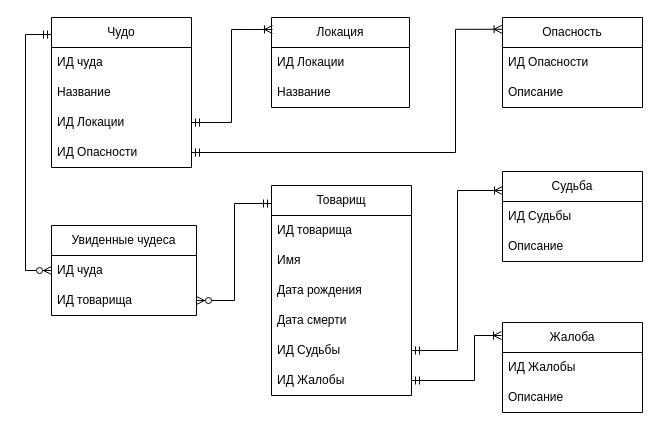
Before: 2_term_Software_engineering/Database/lab1/ER.drawio in CandyGoose/ITMO_Software_engineering, a draw.io diagram. Source tidied: cells renumbered, new cells numbered last; positions are measured from the earlier drawing's top-left corner, leaving out a move shared by most shapes. Both pictures are drawn from the tidied source at 100%, with x=0, y=0 at pixel (25, 17).
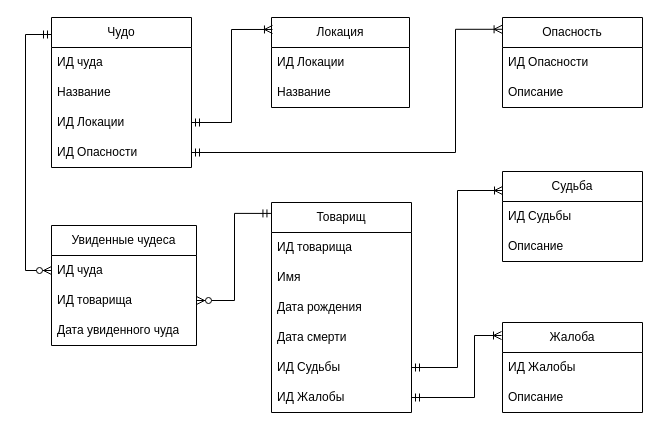
After the change.

Unchanged cells that the change refers to:
```xml
<mxCell id="7" value="ИД Судьбы" style="text;strokeColor=none;fillColor=none;align=left;verticalAlign=middle;spacingLeft=4;spacingRight=4;overflow=hidden;points=[[0,0.5],[1,0.5]];portConstraint=eastwest;whiteSpace=wrap;html=1;" parent="2" vertex="1">
  <mxGeometry y="150" width="140" height="30" as="geometry" />
</mxCell>
<mxCell id="8" value="ИД Жалобы" style="text;strokeColor=none;fillColor=none;align=left;verticalAlign=middle;spacingLeft=4;spacingRight=4;overflow=hidden;points=[[0,0.5],[1,0.5]];portConstraint=eastwest;whiteSpace=wrap;html=1;" parent="2" vertex="1">
  <mxGeometry y="180" width="140" height="30" as="geometry" />
</mxCell>
<mxCell id="17" value="ИД товарища" style="text;strokeColor=none;fillColor=none;align=left;verticalAlign=middle;spacingLeft=4;spacingRight=4;overflow=hidden;points=[[0,0.5],[1,0.5]];portConstraint=eastwest;whiteSpace=wrap;html=1;" parent="15" vertex="1">
  <mxGeometry y="60" width="145" height="30" as="geometry" />
</mxCell>
```

Change to the diagram source:
```diff
@@
     <mxCell id="2" value="Товарищ" style="swimlane;fontStyle=0;horizontal=1;startSize=30;whiteSpace=wrap;html=1;" parent="1" vertex="1">
-      <mxGeometry x="246" y="168" width="140" height="210" as="geometry" />
+      <mxGeometry x="246" y="185" width="140" height="210" as="geometry" />
     </mxCell>
@@
     <mxCell id="15" value="Увиденные чудеса" style="swimlane;fontStyle=0;horizontal=1;startSize=30;whiteSpace=wrap;html=1;" parent="1" vertex="1">
-      <mxGeometry x="26" y="208" width="145" height="90" as="geometry" />
+      <mxGeometry x="26" y="208" width="145" height="120" as="geometry" />
     </mxCell>
@@
+    <mxCell id="35" value="Дата увиденного чуда" style="text;strokeColor=none;fillColor=none;align=left;verticalAlign=middle;spacingLeft=4;spacingRight=4;overflow=hidden;whiteSpace=wrap;html=1;" parent="15" vertex="1">
+      <mxGeometry y="90" width="145" height="30" as="geometry" />
+    </mxCell>
@@
-    <mxCell id="32" style="edgeStyle=orthogonalEdgeStyle;fontSize=12;html=1;endArrow=ERzeroToMany;startArrow=ERmandOne;rounded=0;entryX=1;entryY=0.5;entryDx=0;entryDy=0;" parent="1" edge="1" target="17">
+    <mxCell id="32" style="edgeStyle=orthogonalEdgeStyle;fontSize=12;html=1;endArrow=ERzeroToMany;startArrow=ERmandOne;rounded=0;entryX=1;entryY=0.5;entryDx=0;entryDy=0;exitX=-0.004;exitY=0.052;exitDx=0;exitDy=0;exitPerimeter=0;" parent="1" edge="1" source="2" target="17">
       <mxGeometry relative="1" as="geometry">
-        <mxPoint x="246" y="186" as="sourcePoint" />
         <Array as="points">
-          <mxPoint x="209" y="186" />
+          <mxPoint x="209" y="196" />
           <mxPoint x="209" y="283" />
         </Array>
       </mxGeometry>
     </mxCell>
     <mxCell id="33" style="edgeStyle=orthogonalEdgeStyle;fontSize=12;html=1;endArrow=ERoneToMany;startArrow=ERmandOne;rounded=0;exitX=1;exitY=0.5;exitDx=0;exitDy=0;" parent="1" edge="1" source="7">
       <mxGeometry relative="1" as="geometry">
         <mxPoint x="477" y="173" as="targetPoint" />
         <Array as="points">
-          <mxPoint x="432" y="333" />
+          <mxPoint x="432" y="350" />
           <mxPoint x="432" y="173" />
         </Array>
       </mxGeometry>
     </mxCell>
     <mxCell id="34" style="edgeStyle=orthogonalEdgeStyle;fontSize=12;html=1;endArrow=ERoneToMany;startArrow=ERmandOne;rounded=0;exitX=1;exitY=0.5;exitDx=0;exitDy=0;" parent="1" edge="1" source="8">
       <mxGeometry relative="1" as="geometry">
         <mxPoint x="476" y="318" as="targetPoint" />
         <Array as="points">
-          <mxPoint x="449" y="363" />
+          <mxPoint x="449" y="380" />
           <mxPoint x="449" y="318" />
         </Array>
       </mxGeometry>
     </mxCell>
```
